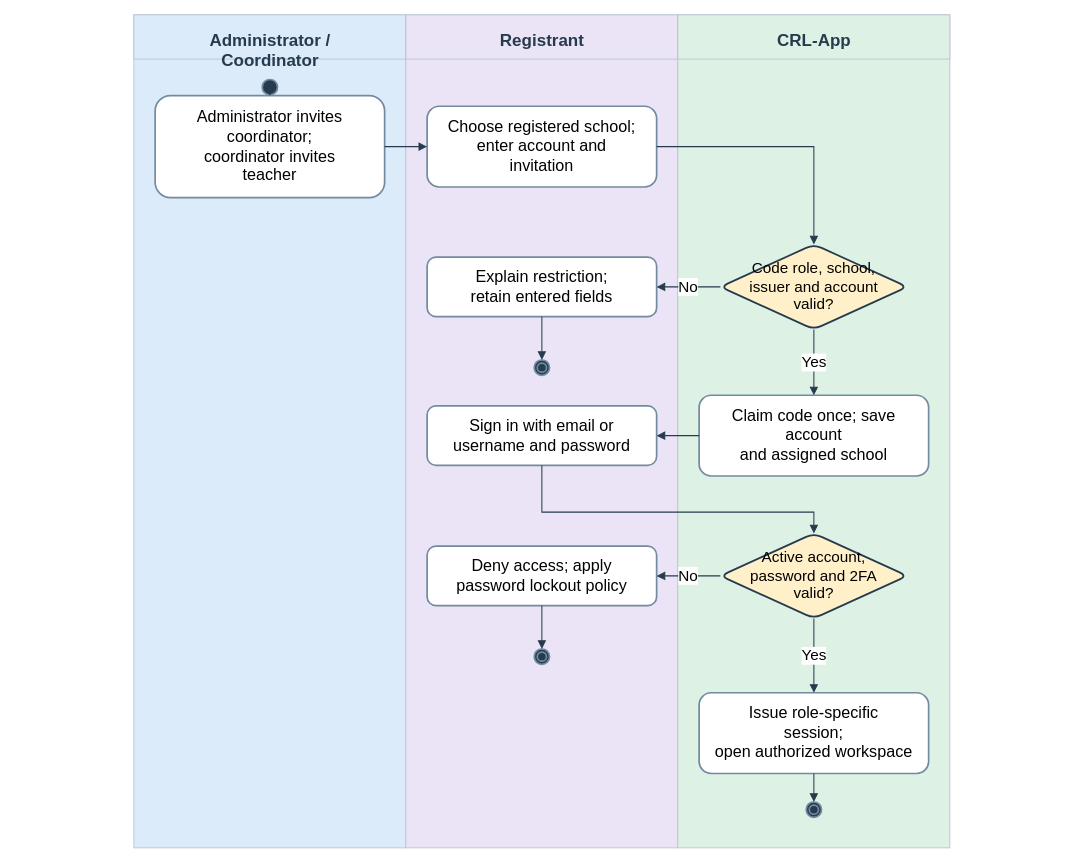
Above: docs/diagrams/class-workspaces/figure-13-authentication.drawio in AkuSayangKamuJudaSayang/crl-app (draw.io), before the change. Source tidied: cells renumbered, new cells numbered last; positions are measured from the earlier drawing's top-left corner, leaving out a move shared by most shapes. Both pictures are drawn from the tidied source at 85%, with x=0, y=0 at pixel (14, 14).
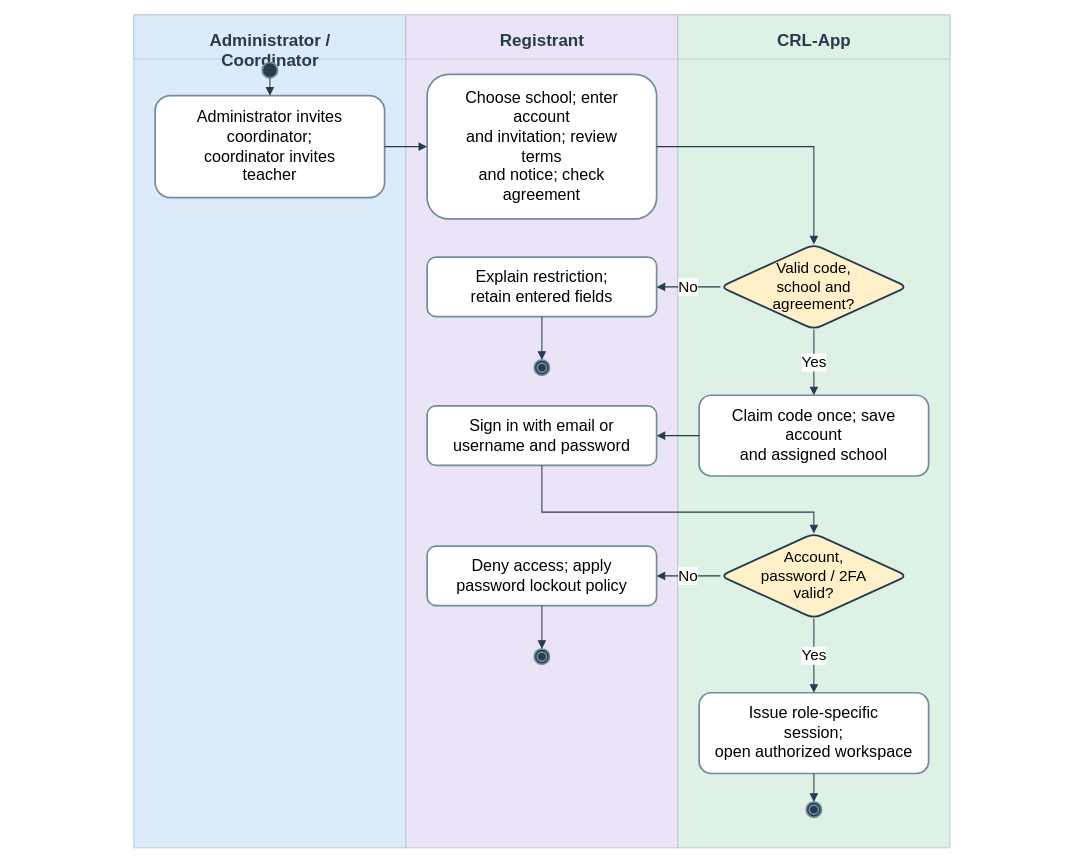
Above is the later version.

The edit, as a diff of the source:
```diff
@@
     <mxCell id="11" style="rounded=1;whiteSpace=wrap;html=1;fontFamily=Arial;fillColor=#ffffff;strokeColor=#728ba0;strokeWidth=2;fontSize=19;shape=ellipse;fillColor=#263b4d;" parent="1" vertex="1">
-      <mxGeometry x="291" y="76" width="18" height="18" as="geometry" />
+      <mxGeometry x="291" y="56" width="18" height="18" as="geometry" />
     </mxCell>
@@
-    <mxCell id="13" value="Choose registered school;&lt;br&gt;enter account and&lt;br&gt;invitation" style="rounded=1;whiteSpace=wrap;html=1;fontFamily=Arial;fillColor=#ffffff;strokeColor=#728ba0;strokeWidth=2;fontSize=19;" parent="1" vertex="1">
-      <mxGeometry x="485" y="107.5" width="270" height="95" as="geometry" />
+    <mxCell id="13" value="Choose school; enter&lt;br&gt;account&lt;br&gt;and invitation; review&lt;br&gt;terms&lt;br&gt;and notice; check&lt;br&gt;agreement" style="rounded=1;whiteSpace=wrap;html=1;fontFamily=Arial;fillColor=#ffffff;strokeColor=#728ba0;strokeWidth=2;fontSize=19;" parent="1" vertex="1">
+      <mxGeometry x="485" y="70" width="270" height="170" as="geometry" />
     </mxCell>
-    <mxCell id="14" value="Code role, school,&lt;br&gt;issuer and account&lt;br&gt;valid?" style="rounded=1;whiteSpace=wrap;html=1;fontFamily=Arial;fillColor=#ffffff;strokeColor=#728ba0;strokeWidth=2;fontSize=19;shape=rhombus;strokeColor=#263b4d;fillColor=#fff0c9;fontSize=18;" parent="1" vertex="1">
+    <mxCell id="14" value="Valid code,&lt;br&gt;school and&lt;br&gt;agreement?" style="rounded=1;whiteSpace=wrap;html=1;fontFamily=Arial;fillColor=#ffffff;strokeColor=#728ba0;strokeWidth=2;fontSize=19;shape=rhombus;strokeColor=#263b4d;fillColor=#fff0c9;fontSize=18;" parent="1" vertex="1">
       <mxGeometry x="830" y="270" width="220" height="100" as="geometry" />
     </mxCell>
@@
-    <mxCell id="19" value="Active account,&lt;br&gt;password and 2FA&lt;br&gt;valid?" style="rounded=1;whiteSpace=wrap;html=1;fontFamily=Arial;fillColor=#ffffff;strokeColor=#728ba0;strokeWidth=2;fontSize=19;shape=rhombus;strokeColor=#263b4d;fillColor=#fff0c9;fontSize=18;" parent="1" vertex="1">
+    <mxCell id="19" value="Account,&lt;br&gt;password / 2FA&lt;br&gt;valid?" style="rounded=1;whiteSpace=wrap;html=1;fontFamily=Arial;fillColor=#ffffff;strokeColor=#728ba0;strokeWidth=2;fontSize=19;shape=rhombus;strokeColor=#263b4d;fillColor=#fff0c9;fontSize=18;" parent="1" vertex="1">
       <mxGeometry x="830" y="610" width="220" height="100" as="geometry" />
     </mxCell>
```
